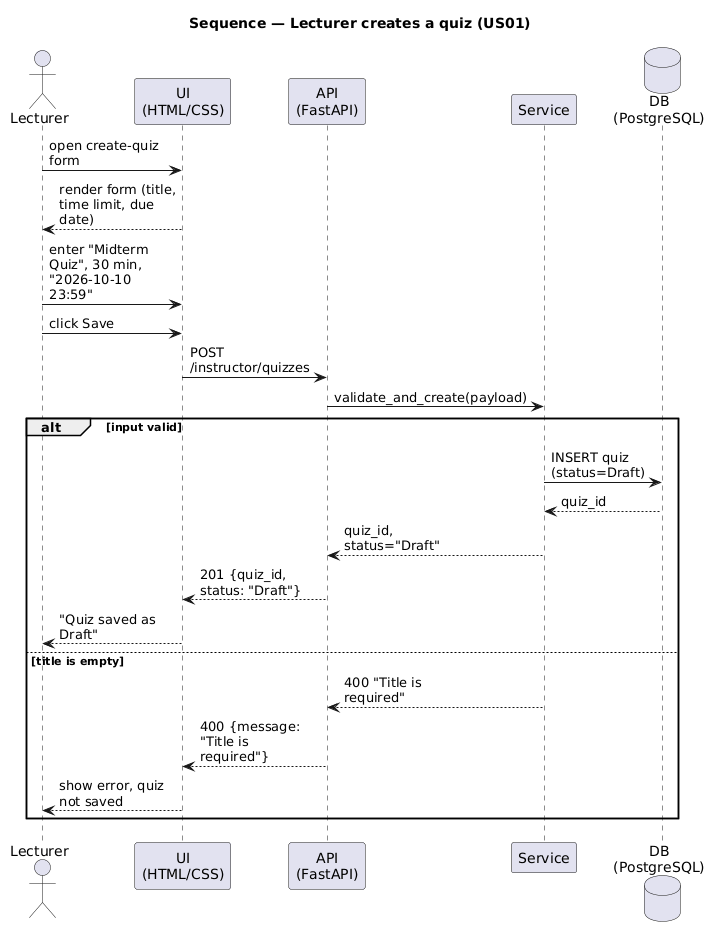
SE-FDA-NEU-AI66B/AI66B-G3-D3-Mini-LMS keeps this PlantUML diagram as docs/diagrams/sequence-create-quiz.png. Above is the earlier version. The source it was exported from:
```plantuml
@startuml
title Sequence — Lecturer creates a quiz (US01)
skinparam maxMessageSize 120

actor "Lecturer" as Lecturer
participant "UI\n(HTML/CSS)" as UI
participant "API\n(FastAPI)" as API
participant "Service" as SVC
database "DB\n(PostgreSQL)" as DB

Lecturer -> UI : open create-quiz form
UI --> Lecturer : render form (title, time limit, due date)
Lecturer -> UI : enter "Midterm Quiz", 30 min, "2026-10-10 23:59"
Lecturer -> UI : click Save
UI -> API : POST /instructor/quizzes
API -> SVC : validate_and_create(payload)

alt input valid
  SVC -> DB : INSERT quiz (status=Draft)
  DB --> SVC : quiz_id
  SVC --> API : quiz_id, status="Draft"
  API --> UI : 201 {quiz_id, status: "Draft"}
  UI --> Lecturer : "Quiz saved as Draft"
else title is empty
  SVC --> API : 400 "Title is required"
  API --> UI : 400 {message: "Title is required"}
  UI --> Lecturer : show error, quiz not saved
end
@enduml
```
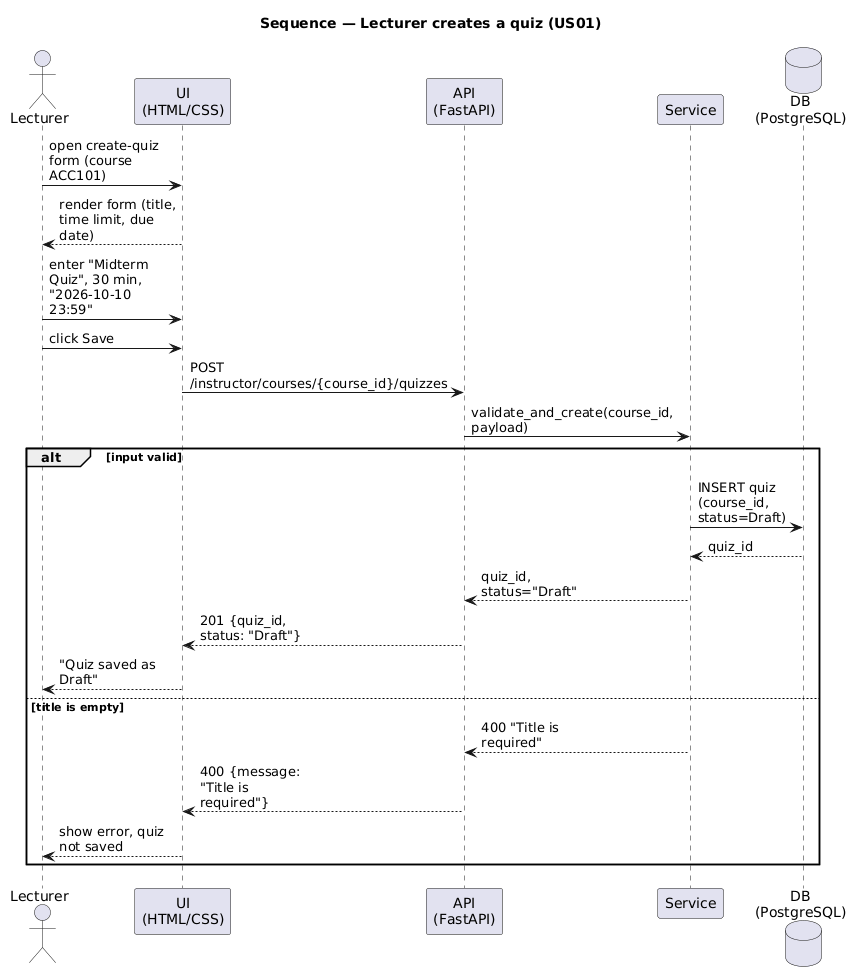
The same diagram one commit later.

What changed in the source:
```diff
@@ -8,15 +8,15 @@
 participant "Service" as SVC
 database "DB\n(PostgreSQL)" as DB
 
-Lecturer -> UI : open create-quiz form
+Lecturer -> UI : open create-quiz form (course ACC101)
 UI --> Lecturer : render form (title, time limit, due date)
 Lecturer -> UI : enter "Midterm Quiz", 30 min, "2026-10-10 23:59"
 Lecturer -> UI : click Save
-UI -> API : POST /instructor/quizzes
-API -> SVC : validate_and_create(payload)
+UI -> API : POST /instructor/courses/{course_id}/quizzes
+API -> SVC : validate_and_create(course_id, payload)
 
 alt input valid
-  SVC -> DB : INSERT quiz (status=Draft)
+  SVC -> DB : INSERT quiz (course_id, status=Draft)
   DB --> SVC : quiz_id
   SVC --> API : quiz_id, status="Draft"
   API --> UI : 201 {quiz_id, status: "Draft"}
```
